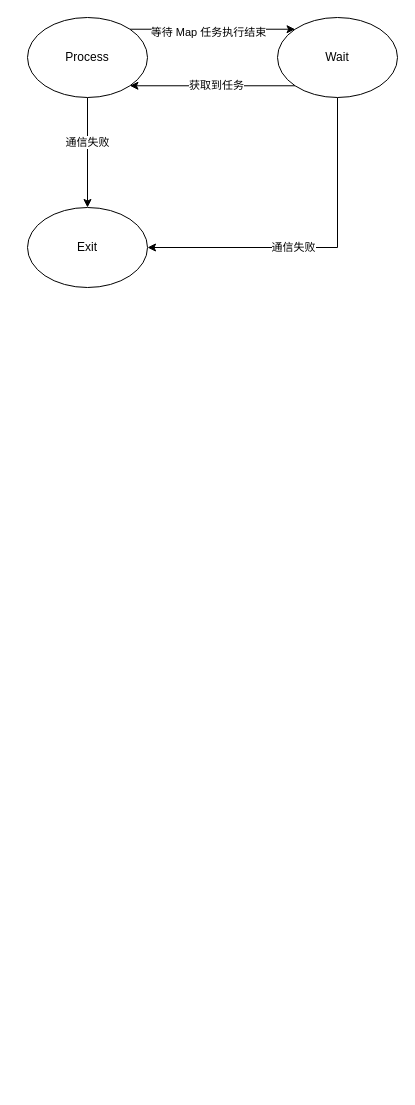
The draw.io diagram map_reduce.drawio in crazyStrome/myPhote, before the edit. Source tidied: cells renumbered, new cells numbered last; positions are measured from the earlier drawing's top-left corner, leaving out a move shared by most shapes. Both pictures are drawn from the tidied source at 100%, with x=0, y=0 at pixel (27, 17).
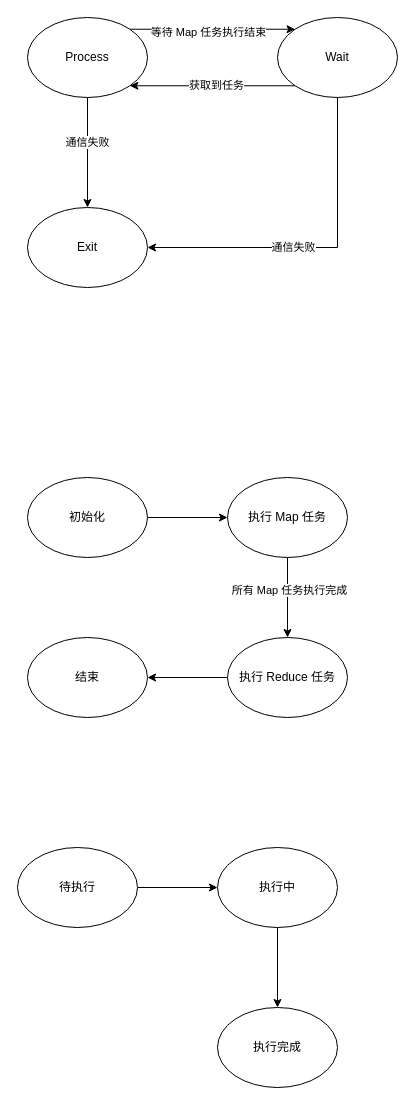
The same page after the edit.

Change to the diagram source:
```diff
@@
+    <mxCell id="13" style="edgeStyle=orthogonalEdgeStyle;rounded=0;jettySize=auto;html=1;" parent="1" edge="1" source="14" target="17">
+      <mxGeometry relative="1" as="geometry" />
+    </mxCell>
+    <mxCell id="14" value="初始化" style="ellipse;whiteSpace=wrap;html=1;" parent="1" vertex="1">
+      <mxGeometry y="460" width="120" height="80" as="geometry" />
+    </mxCell>
+    <mxCell id="15" style="edgeStyle=orthogonalEdgeStyle;rounded=0;jettySize=auto;html=1;" parent="1" edge="1" source="17" target="19">
+      <mxGeometry relative="1" as="geometry" />
+    </mxCell>
+    <mxCell id="16" value="所有 Map 任务执行完成" style="edgeLabel;html=1;align=center;verticalAlign=middle;" parent="15" vertex="1">
+      <mxGeometry x="-0.21" y="1" relative="1" as="geometry" />
+    </mxCell>
+    <mxCell id="17" value="执行 Map 任务" style="ellipse;whiteSpace=wrap;html=1;" parent="1" vertex="1">
+      <mxGeometry x="200" y="460" width="120" height="80" as="geometry" />
+    </mxCell>
+    <mxCell id="18" style="edgeStyle=orthogonalEdgeStyle;rounded=0;jettySize=auto;html=1;" parent="1" edge="1" source="19" target="20">
+      <mxGeometry relative="1" as="geometry" />
+    </mxCell>
+    <mxCell id="19" value="执行 Reduce 任务" style="ellipse;whiteSpace=wrap;html=1;" parent="1" vertex="1">
+      <mxGeometry x="200" y="620" width="120" height="80" as="geometry" />
+    </mxCell>
+    <mxCell id="20" value="结束" style="ellipse;whiteSpace=wrap;html=1;" parent="1" vertex="1">
+      <mxGeometry y="620" width="120" height="80" as="geometry" />
+    </mxCell>
+    <mxCell id="21" style="edgeStyle=orthogonalEdgeStyle;rounded=0;jettySize=auto;html=1;" parent="1" edge="1" source="22" target="24">
+      <mxGeometry relative="1" as="geometry" />
+    </mxCell>
+    <mxCell id="22" value="待执行" style="ellipse;whiteSpace=wrap;html=1;" parent="1" vertex="1">
+      <mxGeometry x="-10" y="830" width="120" height="80" as="geometry" />
+    </mxCell>
+    <mxCell id="23" style="edgeStyle=orthogonalEdgeStyle;rounded=0;jettySize=auto;html=1;" parent="1" edge="1" source="24" target="25">
+      <mxGeometry relative="1" as="geometry" />
+    </mxCell>
+    <mxCell id="24" value="执行中" style="ellipse;whiteSpace=wrap;html=1;" parent="1" vertex="1">
+      <mxGeometry x="190" y="830" width="120" height="80" as="geometry" />
+    </mxCell>
+    <mxCell id="25" value="执行完成" style="ellipse;whiteSpace=wrap;html=1;" parent="1" vertex="1">
+      <mxGeometry x="190" y="990" width="120" height="80" as="geometry" />
+    </mxCell>
```
